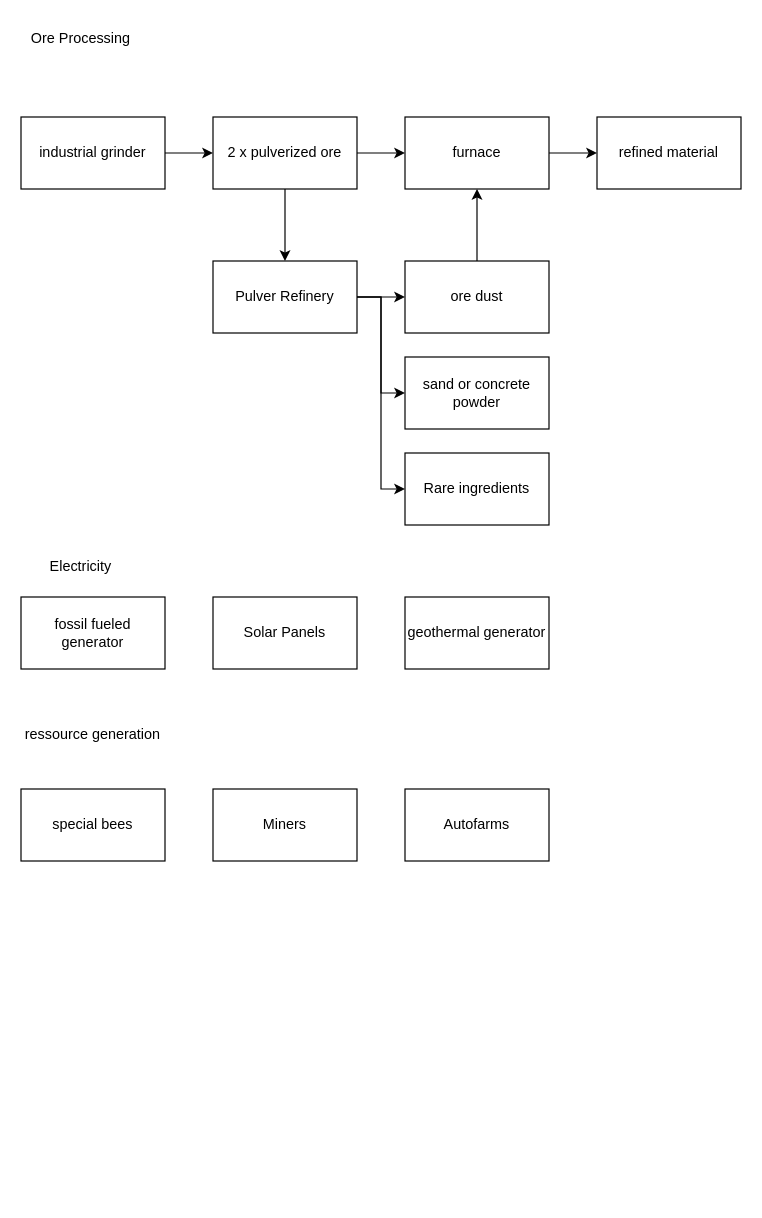
Above: concepts/machinery.drawio in OliLeisingeHFU/beecraft (draw.io), before the change. Source tidied: cells renumbered, new cells numbered last; positions are measured from the earlier drawing's top-left corner, leaving out a move shared by most shapes. Both pictures are drawn from the tidied source at 120%, with x=0, y=0 at pixel (20, 20).
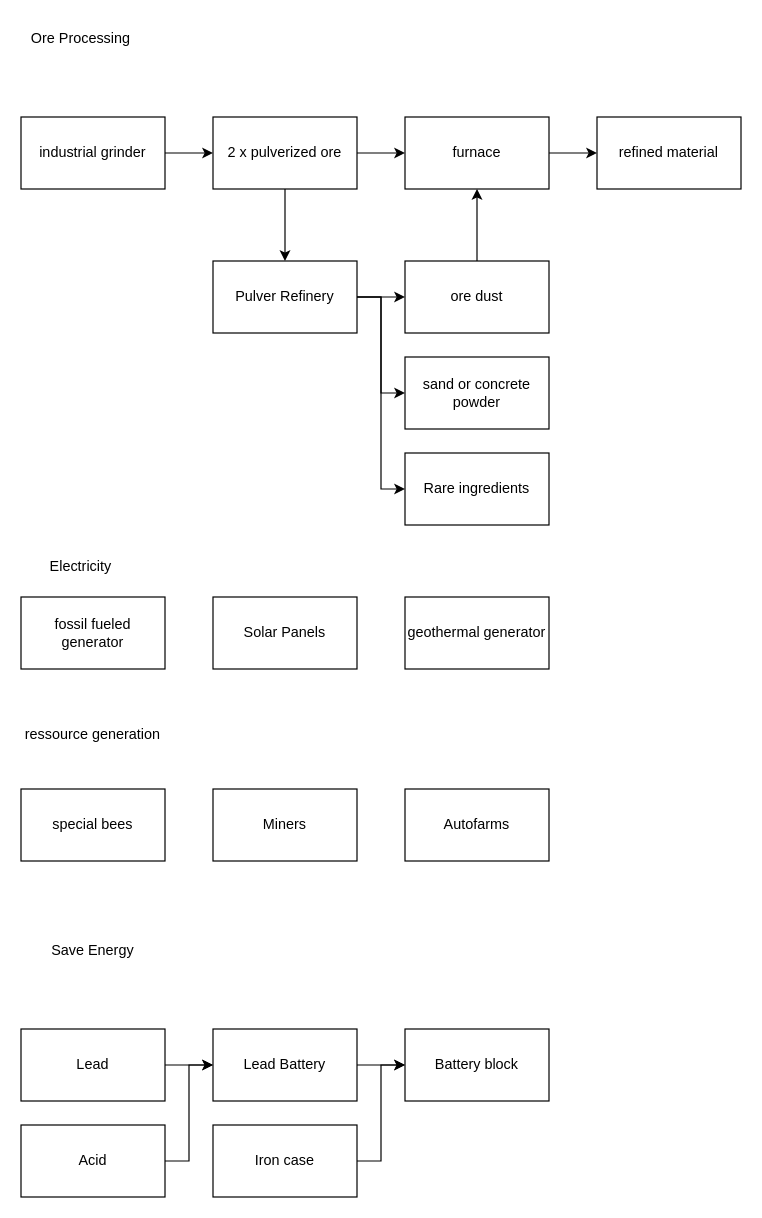
After the change.

The edit, as a diff of the source:
```diff
@@
+    <mxCell id="27" value="Save Energy" style="text;html=1;strokeColor=none;fillColor=none;align=center;verticalAlign=middle;whiteSpace=wrap;rounded=0;" parent="1" vertex="1">
+      <mxGeometry y="760" width="120" height="30" as="geometry" />
+    </mxCell>
+    <mxCell id="28" style="edgeStyle=orthogonalEdgeStyle;rounded=0;jettySize=auto;html=1;" parent="1" edge="1" source="29" target="34">
+      <mxGeometry relative="1" as="geometry" />
+    </mxCell>
+    <mxCell id="29" value="Lead Battery" style="rounded=0;whiteSpace=wrap;html=1;" parent="1" vertex="1">
+      <mxGeometry x="160" y="840" width="120" height="60" as="geometry" />
+    </mxCell>
+    <mxCell id="30" style="edgeStyle=orthogonalEdgeStyle;rounded=0;jettySize=auto;html=1;" parent="1" edge="1" source="31" target="29">
+      <mxGeometry relative="1" as="geometry" />
+    </mxCell>
+    <mxCell id="31" value="Lead" style="rounded=0;whiteSpace=wrap;html=1;" parent="1" vertex="1">
+      <mxGeometry y="840" width="120" height="60" as="geometry" />
+    </mxCell>
+    <mxCell id="32" style="edgeStyle=orthogonalEdgeStyle;rounded=0;jettySize=auto;html=1;entryX=0;entryY=0.5;entryDx=0;entryDy=0;" parent="1" edge="1" source="33" target="29">
+      <mxGeometry relative="1" as="geometry" />
+    </mxCell>
+    <mxCell id="33" value="Acid" style="rounded=0;whiteSpace=wrap;html=1;" parent="1" vertex="1">
+      <mxGeometry y="920" width="120" height="60" as="geometry" />
+    </mxCell>
+    <mxCell id="34" value="Battery block" style="rounded=0;whiteSpace=wrap;html=1;" parent="1" vertex="1">
+      <mxGeometry x="320" y="840" width="120" height="60" as="geometry" />
+    </mxCell>
+    <mxCell id="35" style="edgeStyle=orthogonalEdgeStyle;rounded=0;jettySize=auto;html=1;entryX=0;entryY=0.5;entryDx=0;entryDy=0;" parent="1" edge="1" source="36" target="34">
+      <mxGeometry relative="1" as="geometry" />
+    </mxCell>
+    <mxCell id="36" value="Iron case" style="rounded=0;whiteSpace=wrap;html=1;" parent="1" vertex="1">
+      <mxGeometry x="160" y="920" width="120" height="60" as="geometry" />
+    </mxCell>
```
